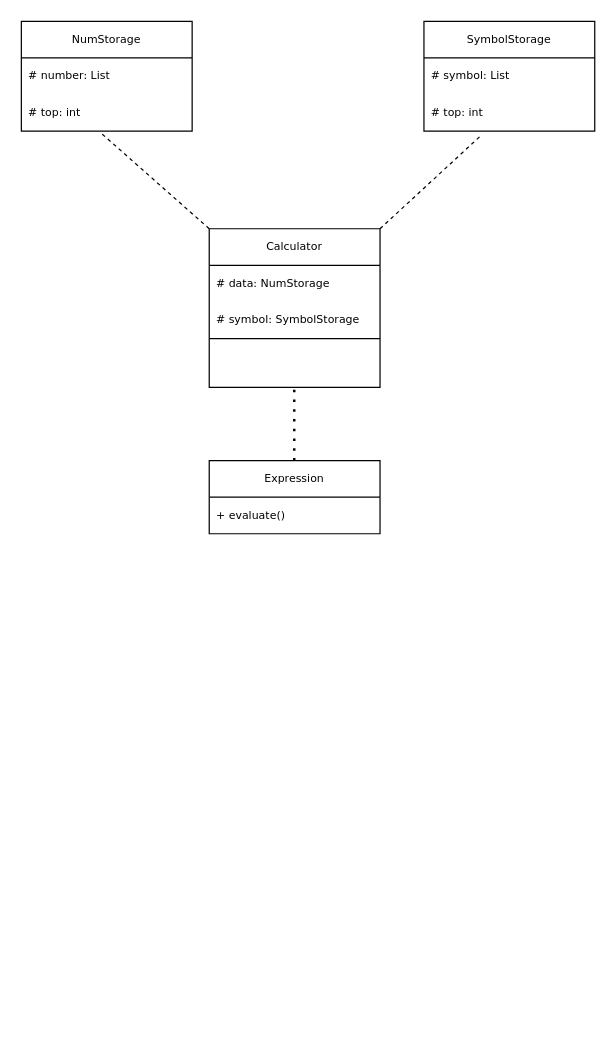
Above: Lab1ClassDiagram.drawio in matty-gg/CSE2102-SP24-Lab1-Group19 (draw.io), before the change. Source tidied: cells renumbered, new cells numbered last; positions are measured from the earlier drawing's top-left corner, leaving out a move shared by most shapes. Both pictures are drawn from the tidied source at 122%, with x=0, y=0 at pixel (21, 21).
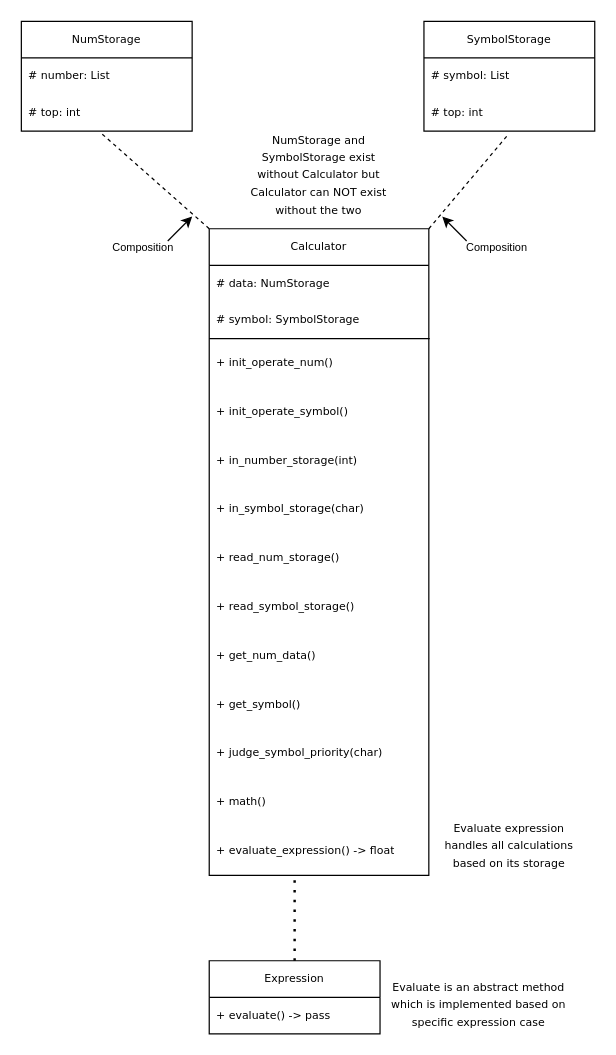
The same diagram, later.

The change refers to these unchanged cells:
```xml
<mxCell id="7" value="# top: int" style="text;strokeColor=none;fillColor=none;align=left;verticalAlign=middle;spacingLeft=4;spacingRight=4;overflow=hidden;points=[[0,0.5],[1,0.5]];portConstraint=eastwest;whiteSpace=wrap;html=1;fontSize=9;fontFamily=Verdana;" parent="5" vertex="1">
  <mxGeometry y="60" width="140" height="30" as="geometry" />
</mxCell>
```

Change to the diagram source:
```diff
@@
-    <mxCell id="9" style="endArrow=none;dashed=1;html=1;rounded=0;exitX=1;exitY=0;exitDx=0;exitDy=0;entryX=0.34;entryY=1.093;entryDx=0;entryDy=0;entryPerimeter=0;fontSize=9;fontFamily=Verdana;" parent="1" edge="1" source="10" target="7">
+    <mxCell id="9" style="endArrow=none;dashed=1;html=1;rounded=0;exitX=1;exitY=0;exitDx=0;exitDy=0;entryX=0.486;entryY=1.133;entryDx=0;entryDy=0;entryPerimeter=0;fontSize=9;fontFamily=Verdana;" parent="1" edge="1" source="10" target="7">
       <mxGeometry relative="1" as="geometry" />
     </mxCell>
     <mxCell id="10" value="Calculator" style="swimlane;fontStyle=0;horizontal=1;startSize=30;whiteSpace=wrap;html=1;fontSize=9;fontFamily=Verdana;" parent="1" vertex="1">
-      <mxGeometry x="154" y="170" width="140" height="130" as="geometry" />
+      <mxGeometry x="154" y="170" width="180" height="530" as="geometry" />
     </mxCell>
     <mxCell id="11" value="# data: NumStorage" style="text;strokeColor=none;fillColor=none;align=left;verticalAlign=middle;spacingLeft=4;spacingRight=4;overflow=hidden;whiteSpace=wrap;html=1;fontSize=9;fontFamily=Verdana;" parent="10" vertex="1">
-      <mxGeometry y="30" width="140" height="30" as="geometry" />
+      <mxGeometry y="30" width="180" height="30" as="geometry" />
     </mxCell>
     <mxCell id="12" value="# symbol: SymbolStorage" style="text;strokeColor=none;fillColor=none;align=left;verticalAlign=middle;spacingLeft=4;spacingRight=4;overflow=hidden;whiteSpace=wrap;html=1;fontSize=9;fontFamily=Verdana;" parent="10" vertex="1">
-      <mxGeometry y="60" width="140" height="30" as="geometry" />
+      <mxGeometry y="60" width="180" height="30" as="geometry" />
     </mxCell>
-    <mxCell id="13" style="endArrow=none;html=1;rounded=0;fontFamily=Verdana;" parent="10" edge="1">
+    <mxCell id="13" style="endArrow=none;html=1;rounded=0;fontFamily=Verdana;exitX=-0.004;exitY=0.003;exitDx=0;exitDy=0;exitPerimeter=0;" parent="10" edge="1" source="14">
       <mxGeometry relative="1" as="geometry">
-        <mxPoint x="140" y="90" as="sourcePoint" />
         <mxPoint y="90" as="targetPoint" />
       </mxGeometry>
     </mxCell>
-    <mxCell id="14" style="text;strokeColor=none;fillColor=none;align=left;verticalAlign=middle;spacingLeft=4;spacingRight=4;overflow=hidden;points=[[0,0.5],[1,0.5]];portConstraint=eastwest;whiteSpace=wrap;html=1;fontSize=9;fontFamily=Verdana;flipH=1;direction=east;" parent="10" vertex="1">
-      <mxGeometry y="90" width="140" height="40" as="geometry" />
+    <mxCell id="14" value="+ init_operate_num()" style="text;strokeColor=none;fillColor=none;align=left;verticalAlign=middle;spacingLeft=4;spacingRight=4;overflow=hidden;points=[[0,0.5],[1,0.5]];portConstraint=eastwest;whiteSpace=wrap;html=1;fontSize=9;fontFamily=Verdana;flipH=1;direction=east;" parent="10" vertex="1">
+      <mxGeometry y="90" width="180" height="40" as="geometry" />
     </mxCell>
-    <mxCell id="15" style="endArrow=none;dashed=1;html=1;dashPattern=1 3;strokeWidth=2;rounded=0;fontFamily=Verdana;" parent="1" edge="1">
-      <mxGeometry relative="1" as="geometry">
-        <mxPoint x="223.7" y="360" as="sourcePoint" />
-        <mxPoint x="223.7" y="300" as="targetPoint" />
-      </mxGeometry>
-    </mxCell>
+    <mxCell id="18" value="+ init_operate_symbol()" style="text;strokeColor=none;fillColor=none;align=left;verticalAlign=middle;spacingLeft=4;spacingRight=4;overflow=hidden;whiteSpace=wrap;html=1;fontSize=9;fontFamily=Verdana;flipH=1;direction=east;" parent="10" vertex="1">
+      <mxGeometry y="130" width="180" height="40" as="geometry" />
+    </mxCell>
+    <mxCell id="19" value="+ in_number_storage(int)" style="text;strokeColor=none;fillColor=none;align=left;verticalAlign=middle;spacingLeft=4;spacingRight=4;overflow=hidden;whiteSpace=wrap;html=1;fontSize=9;fontFamily=Verdana;flipH=1;direction=east;" parent="10" vertex="1">
+      <mxGeometry y="170" width="180" height="40" as="geometry" />
+    </mxCell>
+    <mxCell id="20" value="+ in_symbol_storage(char)" style="text;strokeColor=none;fillColor=none;align=left;verticalAlign=middle;spacingLeft=4;spacingRight=4;overflow=hidden;whiteSpace=wrap;html=1;fontSize=9;fontFamily=Verdana;flipH=1;direction=east;" parent="10" vertex="1">
+      <mxGeometry y="210" width="180" height="40" as="geometry" />
+    </mxCell>
+    <mxCell id="21" value="+ read_num_storage()" style="text;strokeColor=none;fillColor=none;align=left;verticalAlign=middle;spacingLeft=4;spacingRight=4;overflow=hidden;whiteSpace=wrap;html=1;fontSize=9;fontFamily=Verdana;flipH=1;direction=east;" parent="10" vertex="1">
+      <mxGeometry y="250" width="180" height="40" as="geometry" />
+    </mxCell>
+    <mxCell id="22" value="+ read_symbol_storage()" style="text;strokeColor=none;fillColor=none;align=left;verticalAlign=middle;spacingLeft=4;spacingRight=4;overflow=hidden;whiteSpace=wrap;html=1;fontSize=9;fontFamily=Verdana;flipH=1;direction=east;" parent="10" vertex="1">
+      <mxGeometry y="290" width="180" height="40" as="geometry" />
+    </mxCell>
+    <mxCell id="23" value="+ get_num_data()" style="text;strokeColor=none;fillColor=none;align=left;verticalAlign=middle;spacingLeft=4;spacingRight=4;overflow=hidden;whiteSpace=wrap;html=1;fontSize=9;fontFamily=Verdana;flipH=1;direction=east;" parent="10" vertex="1">
+      <mxGeometry y="330" width="180" height="40" as="geometry" />
+    </mxCell>
+    <mxCell id="24" value="+ get_symbol()" style="text;strokeColor=none;fillColor=none;align=left;verticalAlign=middle;spacingLeft=4;spacingRight=4;overflow=hidden;whiteSpace=wrap;html=1;fontSize=9;fontFamily=Verdana;flipH=1;direction=east;" parent="10" vertex="1">
+      <mxGeometry y="370" width="180" height="40" as="geometry" />
+    </mxCell>
+    <mxCell id="25" value="+ judge_symbol_priority(char)" style="text;strokeColor=none;fillColor=none;align=left;verticalAlign=middle;spacingLeft=4;spacingRight=4;overflow=hidden;whiteSpace=wrap;html=1;fontSize=9;fontFamily=Verdana;flipH=1;direction=east;" parent="10" vertex="1">
+      <mxGeometry y="410" width="180" height="40" as="geometry" />
+    </mxCell>
+    <mxCell id="26" value="+ math()" style="text;strokeColor=none;fillColor=none;align=left;verticalAlign=middle;spacingLeft=4;spacingRight=4;overflow=hidden;whiteSpace=wrap;html=1;fontSize=9;fontFamily=Verdana;flipH=1;direction=east;" parent="10" vertex="1">
+      <mxGeometry y="450" width="180" height="40" as="geometry" />
+    </mxCell>
+    <mxCell id="27" value="+ evaluate_expression() -&amp;gt; float" style="text;strokeColor=none;fillColor=none;align=left;verticalAlign=middle;spacingLeft=4;spacingRight=4;overflow=hidden;whiteSpace=wrap;html=1;fontSize=9;fontFamily=Verdana;flipH=1;direction=east;" parent="10" vertex="1">
+      <mxGeometry y="490" width="180" height="40" as="geometry" />
+    </mxCell>
     <mxCell id="16" value="Expression" style="swimlane;fontStyle=0;horizontal=1;startSize=30;whiteSpace=wrap;html=1;fontFamily=Verdana;fontSize=9;" parent="1" vertex="1">
-      <mxGeometry x="154" y="360" width="140" height="60" as="geometry" />
+      <mxGeometry x="154" y="770" width="140" height="60" as="geometry" />
     </mxCell>
-    <mxCell id="17" value="+ evaluate()" style="text;strokeColor=none;fillColor=none;align=left;verticalAlign=middle;spacingLeft=4;spacingRight=4;overflow=hidden;whiteSpace=wrap;html=1;fontFamily=Verdana;fontSize=9;" parent="16" vertex="1">
+    <mxCell id="17" value="+ evaluate() -&amp;gt; pass" style="text;strokeColor=none;fillColor=none;align=left;verticalAlign=middle;spacingLeft=4;spacingRight=4;overflow=hidden;whiteSpace=wrap;html=1;fontFamily=Verdana;fontSize=9;" parent="16" vertex="1">
       <mxGeometry y="30" width="140" height="30" as="geometry" />
     </mxCell>
+    <mxCell id="28" value="&lt;font style=&quot;font-size: 9px;&quot;&gt;Composition&lt;/font&gt;" style="text;html=1;strokeColor=none;fillColor=none;align=center;verticalAlign=middle;whiteSpace=wrap;rounded=0;" parent="1" vertex="1">
+      <mxGeometry x="360" y="170" width="60" height="30" as="geometry" />
+    </mxCell>
+    <mxCell id="29" style="endArrow=classic;html=1;rounded=0;" parent="1" edge="1">
+      <mxGeometry relative="1" as="geometry">
+        <mxPoint x="365" y="180" as="sourcePoint" />
+        <mxPoint x="345" y="160" as="targetPoint" />
+      </mxGeometry>
+    </mxCell>
+    <mxCell id="30" value="&lt;font style=&quot;font-size: 9px;&quot;&gt;Composition&lt;/font&gt;" style="text;html=1;strokeColor=none;fillColor=none;align=center;verticalAlign=middle;whiteSpace=wrap;rounded=0;" parent="1" vertex="1">
+      <mxGeometry x="70" y="170" width="60" height="30" as="geometry" />
+    </mxCell>
+    <mxCell id="31" style="endArrow=classic;html=1;rounded=0;" parent="1" edge="1">
+      <mxGeometry relative="1" as="geometry">
+        <mxPoint x="120" y="180" as="sourcePoint" />
+        <mxPoint x="140" y="160" as="targetPoint" />
+      </mxGeometry>
+    </mxCell>
+    <mxCell id="32" style="endArrow=none;dashed=1;html=1;dashPattern=1 3;strokeWidth=2;rounded=0;exitX=0.5;exitY=0;exitDx=0;exitDy=0;" parent="1" edge="1" source="16">
+      <mxGeometry relative="1" as="geometry">
+        <mxPoint x="224" y="700" as="targetPoint" />
+      </mxGeometry>
+    </mxCell>
+    <mxCell id="33" value="&lt;font style=&quot;font-size: 9px;&quot; face=&quot;Verdana&quot;&gt;Evaluate expression handles all calculations based on its storage&lt;/font&gt;" style="text;html=1;strokeColor=none;fillColor=none;align=center;verticalAlign=middle;whiteSpace=wrap;rounded=0;" parent="1" vertex="1">
+      <mxGeometry x="345" y="660" width="110" height="30" as="geometry" />
+    </mxCell>
+    <mxCell id="34" value="&lt;font style=&quot;font-size: 9px;&quot; face=&quot;Verdana&quot;&gt;Evaluate is an abstract method which is implemented based on specific expression case&lt;/font&gt;" style="text;html=1;strokeColor=none;fillColor=none;align=center;verticalAlign=middle;whiteSpace=wrap;rounded=0;" parent="1" vertex="1">
+      <mxGeometry x="300" y="790" width="150" height="30" as="geometry" />
+    </mxCell>
+    <mxCell id="35" value="&lt;font style=&quot;font-size: 9px;&quot; face=&quot;Verdana&quot;&gt;NumStorage and SymbolStorage exist without Calculator but Calculator can NOT exist without the two&lt;/font&gt;" style="text;html=1;strokeColor=none;fillColor=none;align=center;verticalAlign=middle;whiteSpace=wrap;rounded=0;" parent="1" vertex="1">
+      <mxGeometry x="179" y="110" width="130" height="30" as="geometry" />
+    </mxCell>
```
